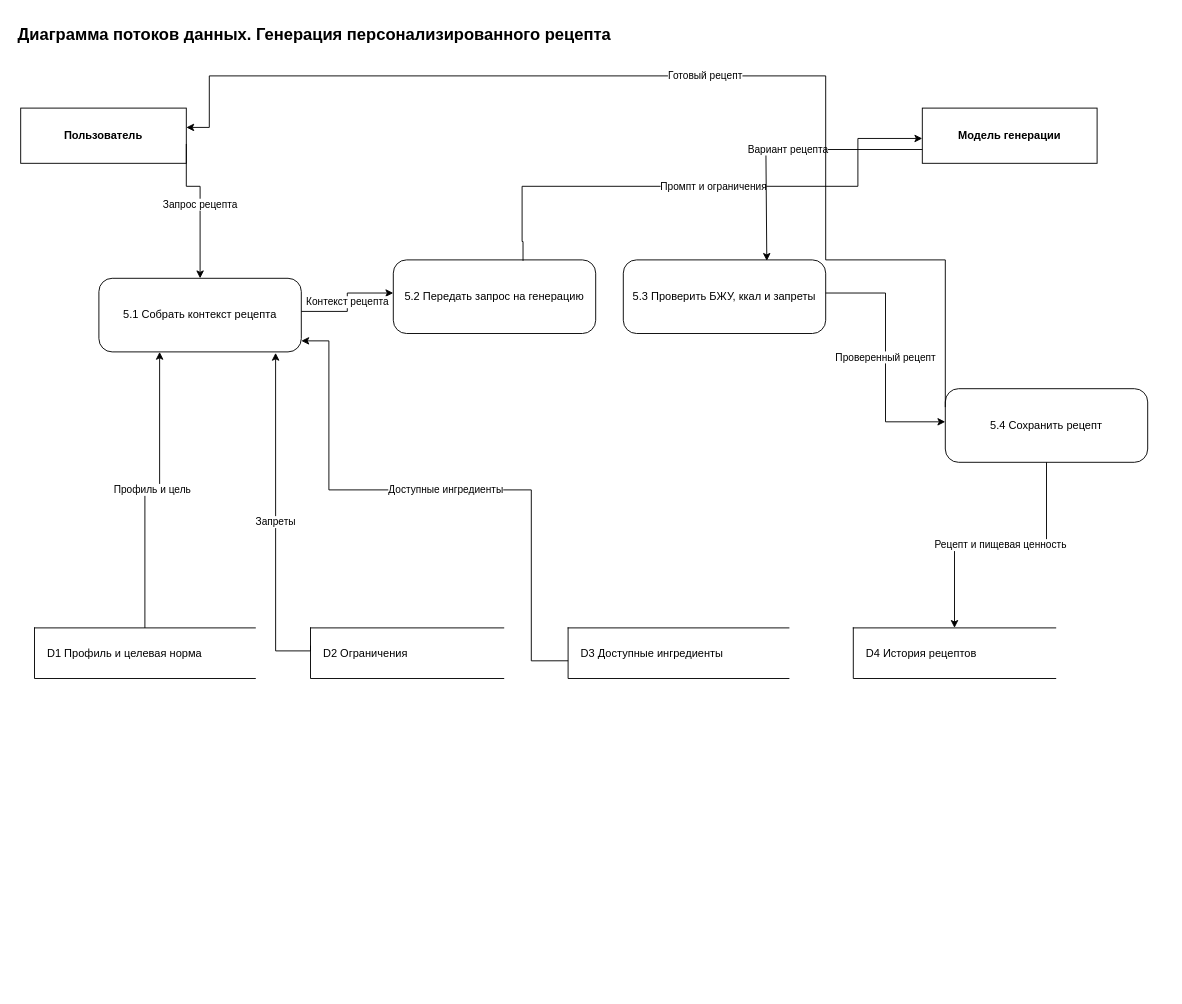
The draw.io diagram Optimization-Methods/laba_2/diagrams/Potoki/05_Генерация_персонализированного_рецепта.drawio in Skipl1/ASOIU, before the edit. Source tidied: cells renumbered, new cells numbered last; positions are measured from the earlier drawing's top-left corner, leaving out a move shared by most shapes. Both pictures are drawn from the tidied source at 92%, with x=0, y=0 at pixel (16, 20).
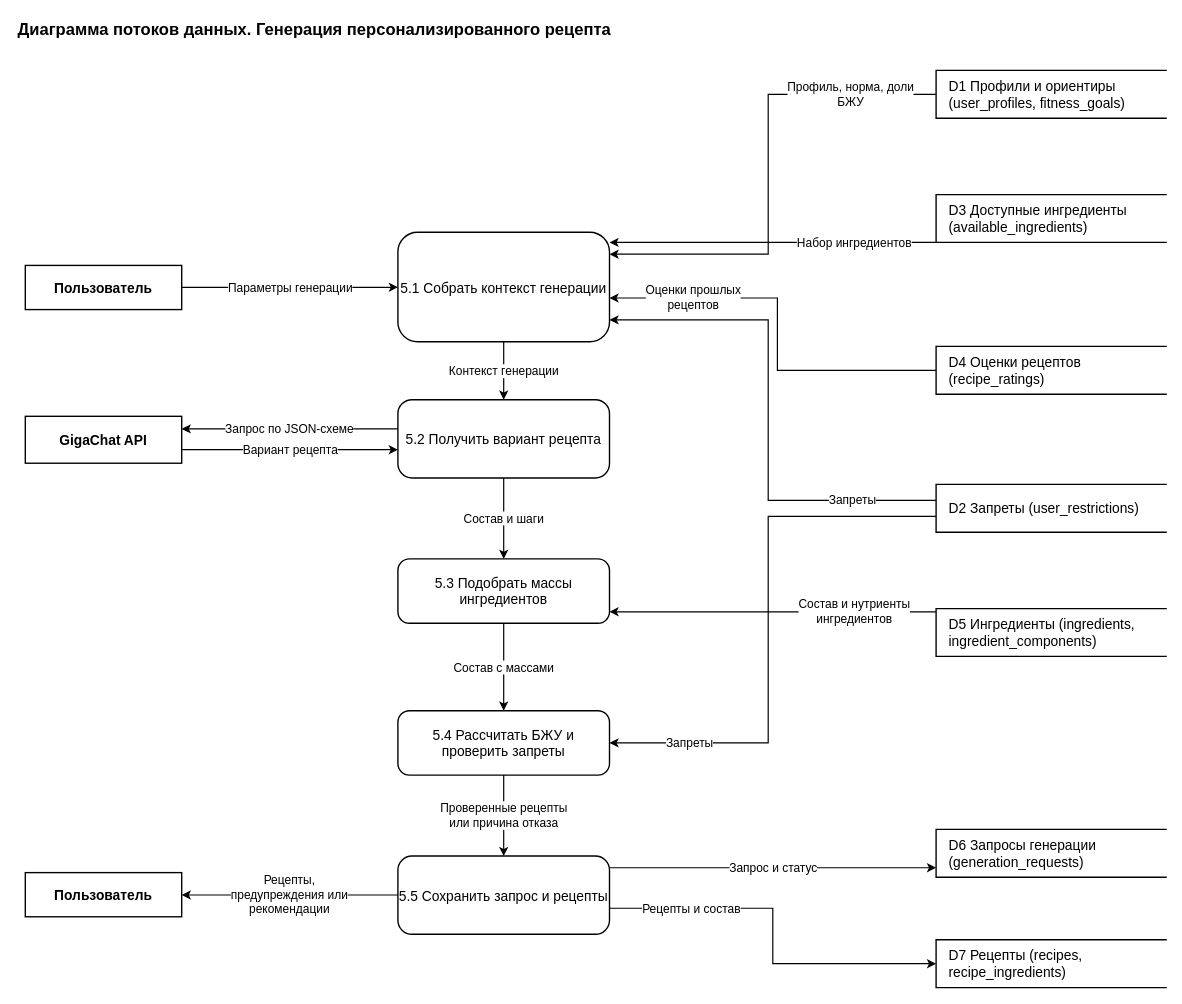
Above is the later version.

Change to the diagram source:
```diff
@@
     <mxCell id="2" value="Диаграмма потоков данных. Генерация персонализированного рецепта" style="text;html=1;strokeColor=none;fillColor=none;align=left;verticalAlign=middle;fontSize=18;fontStyle=1;" parent="1" vertex="1">
-      <mxGeometry width="900" height="30" as="geometry" />
+      <mxGeometry y="-5" width="900" height="30" as="geometry" />
     </mxCell>
-    <mxCell id="3" value="Пользователь" style="rounded=0;whiteSpace=wrap;html=1;fillColor=#ffffff;strokeColor=#000000;fontStyle=1;" parent="1" vertex="1">
-      <mxGeometry x="5" y="95" width="180" height="60" as="geometry" />
+    <mxCell id="3" value="Пользователь" style="rounded=0;whiteSpace=wrap;html=1;fillColor=#ffffff;strokeColor=#000000;fontStyle=1;fontSize=15;strokeWidth=1.5;" parent="1" vertex="1">
+      <mxGeometry x="10" y="266" width="170" height="48" as="geometry" />
     </mxCell>
-    <mxCell id="4" value="Модель генерации" style="rounded=0;whiteSpace=wrap;html=1;fillColor=#ffffff;strokeColor=#000000;fontStyle=1;" parent="1" vertex="1">
-      <mxGeometry x="985" y="95" width="190" height="60" as="geometry" />
-    </mxCell>
+    <mxCell id="23" value="GigaChat API" style="rounded=0;whiteSpace=wrap;html=1;fillColor=#ffffff;strokeColor=#000000;fontStyle=1;fontSize=15;strokeWidth=1.5;" parent="1" vertex="1">
+      <mxGeometry x="10" y="430" width="170" height="51" as="geometry" />
+    </mxCell>
-    <mxCell id="5" value="5.1 Собрать контекст рецепта" style="rounded=1;whiteSpace=wrap;html=1;arcSize=18;fillColor=#ffffff;strokeColor=#000000;" parent="1" vertex="1">
-      <mxGeometry x="90" y="280" width="220" height="80" as="geometry" />
+    <mxCell id="5" value="5.1 Собрать контекст генерации" style="rounded=1;whiteSpace=wrap;html=1;arcSize=18;fillColor=#ffffff;strokeColor=#000000;fontSize=15;strokeWidth=1.5;" parent="1" vertex="1">
+      <mxGeometry x="415" y="230" width="230" height="119" as="geometry" />
     </mxCell>
-    <mxCell id="6" value="5.2 Передать запрос на генерацию" style="rounded=1;whiteSpace=wrap;html=1;arcSize=18;fillColor=#ffffff;strokeColor=#000000;" parent="1" vertex="1">
-      <mxGeometry x="410" y="260" width="220" height="80" as="geometry" />
+    <mxCell id="6" value="5.2 Получить вариант рецепта" style="rounded=1;whiteSpace=wrap;html=1;arcSize=18;fillColor=#ffffff;strokeColor=#000000;fontSize=15;strokeWidth=1.5;" parent="1" vertex="1">
+      <mxGeometry x="415" y="412" width="230" height="85" as="geometry" />
     </mxCell>
-    <mxCell id="7" value="5.3 Проверить БЖУ, ккал и запреты" style="rounded=1;whiteSpace=wrap;html=1;arcSize=18;fillColor=#ffffff;strokeColor=#000000;" parent="1" vertex="1">
-      <mxGeometry x="660" y="260" width="220" height="80" as="geometry" />
+    <mxCell id="7" value="5.3 Подобрать массы ингредиентов" style="rounded=1;whiteSpace=wrap;html=1;arcSize=18;fillColor=#ffffff;strokeColor=#000000;fontSize=15;strokeWidth=1.5;" parent="1" vertex="1">
+      <mxGeometry x="415" y="585" width="230" height="70" as="geometry" />
     </mxCell>
-    <mxCell id="8" value="5.4 Сохранить рецепт" style="rounded=1;whiteSpace=wrap;html=1;arcSize=18;fillColor=#ffffff;strokeColor=#000000;" parent="1" vertex="1">
-      <mxGeometry x="1010" y="400" width="220" height="80" as="geometry" />
+    <mxCell id="8" value="5.4 Рассчитать БЖУ и проверить запреты" style="rounded=1;whiteSpace=wrap;html=1;arcSize=18;fillColor=#ffffff;strokeColor=#000000;fontSize=15;strokeWidth=1.5;" parent="1" vertex="1">
+      <mxGeometry x="415" y="750" width="230" height="70" as="geometry" />
     </mxCell>
+    <mxCell id="24" value="5.5 Сохранить запрос и рецепты" style="rounded=1;whiteSpace=wrap;html=1;arcSize=18;fillColor=#ffffff;strokeColor=#000000;fontSize=15;strokeWidth=1.5;" parent="1" vertex="1">
+      <mxGeometry x="415" y="908" width="230" height="85" as="geometry" />
+    </mxCell>
-    <mxCell id="9" value="D1 Профиль и целевая норма" style="shape=partialRectangle;right=0;whiteSpace=wrap;html=1;fillColor=#ffffff;strokeColor=#000000;align=left;spacingLeft=12;" parent="1" vertex="1">
-      <mxGeometry x="20" y="660" width="240" height="55" as="geometry" />
+    <mxCell id="9" value="D1 Профили и ориентиры (user_profiles, fitness_goals)" style="shape=partialRectangle;right=0;whiteSpace=wrap;html=1;fillColor=#ffffff;strokeColor=#000000;align=left;spacingLeft=12;fontSize=15;strokeWidth=1.5;" parent="1" vertex="1">
+      <mxGeometry x="1000" y="54" width="250" height="52" as="geometry" />
     </mxCell>
-    <mxCell id="10" value="D2 Ограничения" style="shape=partialRectangle;right=0;whiteSpace=wrap;html=1;fillColor=#ffffff;strokeColor=#000000;align=left;spacingLeft=12;" parent="1" vertex="1">
-      <mxGeometry x="320" y="660" width="210" height="55" as="geometry" />
+    <mxCell id="10" value="D2 Запреты (user_restrictions)" style="shape=partialRectangle;right=0;whiteSpace=wrap;html=1;fillColor=#ffffff;strokeColor=#000000;align=left;spacingLeft=12;fontSize=15;strokeWidth=1.5;" parent="1" vertex="1">
+      <mxGeometry x="1000" y="504" width="250" height="52" as="geometry" />
     </mxCell>
-    <mxCell id="11" value="D3 Доступные ингредиенты" style="shape=partialRectangle;right=0;whiteSpace=wrap;html=1;fillColor=#ffffff;strokeColor=#000000;align=left;spacingLeft=12;" parent="1" vertex="1">
-      <mxGeometry x="600" y="660" width="240" height="55" as="geometry" />
+    <mxCell id="11" value="D3 Доступные ингредиенты (available_ingredients)" style="shape=partialRectangle;right=0;whiteSpace=wrap;html=1;fillColor=#ffffff;strokeColor=#000000;align=left;spacingLeft=12;fontSize=15;strokeWidth=1.5;" parent="1" vertex="1">
+      <mxGeometry x="1000" y="189" width="250" height="52" as="geometry" />
     </mxCell>
-    <mxCell id="12" value="D4 История рецептов" style="shape=partialRectangle;right=0;whiteSpace=wrap;html=1;fillColor=#ffffff;strokeColor=#000000;align=left;spacingLeft=12;" parent="1" vertex="1">
-      <mxGeometry x="910" y="660" width="220" height="55" as="geometry" />
+    <mxCell id="12" value="D4 Оценки рецептов (recipe_ratings)" style="shape=partialRectangle;right=0;whiteSpace=wrap;html=1;fillColor=#ffffff;strokeColor=#000000;align=left;spacingLeft=12;fontSize=15;strokeWidth=1.5;" parent="1" vertex="1">
+      <mxGeometry x="1000" y="354" width="250" height="52" as="geometry" />
     </mxCell>
+    <mxCell id="25" value="D5 Ингредиенты (ingredients, ingredient_components)" style="shape=partialRectangle;right=0;whiteSpace=wrap;html=1;fillColor=#ffffff;strokeColor=#000000;align=left;spacingLeft=12;fontSize=15;strokeWidth=1.5;" parent="1" vertex="1">
+      <mxGeometry x="1000" y="639" width="250" height="52" as="geometry" />
+    </mxCell>
+    <mxCell id="26" value="D6 Запросы генерации (generation_requests)" style="shape=partialRectangle;right=0;whiteSpace=wrap;html=1;fillColor=#ffffff;strokeColor=#000000;align=left;spacingLeft=12;fontSize=15;strokeWidth=1.5;" parent="1" vertex="1">
+      <mxGeometry x="1000" y="879" width="250" height="52" as="geometry" />
+    </mxCell>
+    <mxCell id="27" value="D7 Рецепты (recipes, recipe_ingredients)" style="shape=partialRectangle;right=0;whiteSpace=wrap;html=1;fillColor=#ffffff;strokeColor=#000000;align=left;spacingLeft=12;fontSize=15;strokeWidth=1.5;" parent="1" vertex="1">
+      <mxGeometry x="1000" y="999" width="250" height="52" as="geometry" />
+    </mxCell>
+    <mxCell id="28" value="Пользователь" style="rounded=0;whiteSpace=wrap;html=1;fillColor=#ffffff;strokeColor=#000000;fontStyle=1;fontSize=15;strokeWidth=1.5;" parent="1" vertex="1">
+      <mxGeometry x="10" y="926" width="170" height="48" as="geometry" />
+    </mxCell>
-    <mxCell id="13" value="Запрос рецепта" style="endArrow=classic;html=1;rounded=0;edgeStyle=orthogonalEdgeStyle;exitX=1;exitY=0.65;entryX=0.5;entryY=0;" parent="1" edge="1" source="3" target="5">
-      <mxGeometry relative="1" as="geometry">
-        <Array as="points">
-          <mxPoint x="200" y="180" />
-        </Array>
-      </mxGeometry>
+    <mxCell id="13" value="Параметры генерации" style="endArrow=classic;endFill=1;html=1;rounded=0;edgeStyle=none;strokeWidth=1.3;fontSize=13;labelBackgroundColor=#ffffff;exitX=1.0;exitY=0.4958;exitDx=0;exitDy=0;entryX=0.0;entryY=0.5025;entryDx=0;entryDy=0;" parent="1" edge="1" source="3" target="5">
+      <mxGeometry relative="1" as="geometry" />
     </mxCell>
-    <mxCell id="14" value="Профиль и цель" style="endArrow=classic;html=1;rounded=0;edgeStyle=orthogonalEdgeStyle;exitX=0.5;exitY=0;entryX=0.3;entryY=1;" parent="1" edge="1" source="9" target="5">
-      <mxGeometry relative="1" as="geometry" />
+    <mxCell id="14" value="Профиль, норма, доли&lt;br&gt;БЖУ" style="endArrow=classic;endFill=1;html=1;rounded=0;edgeStyle=none;strokeWidth=1.3;fontSize=13;labelBackgroundColor=#ffffff;exitX=0.0;exitY=0.5;exitDx=0;exitDy=0;entryX=1.0;entryY=0.2;entryDx=0;entryDy=0;" parent="1" edge="1" source="9" target="5">
+      <mxGeometry x="-0.65" relative="1" as="geometry">
+        <Array as="points">
+          <mxPoint x="817.5" y="80" />
+          <mxPoint x="817.5" y="253.8" />
+        </Array>
+      </mxGeometry>
     </mxCell>
-    <mxCell id="15" value="Запреты" style="endArrow=classic;html=1;rounded=0;edgeStyle=orthogonalEdgeStyle;exitX=0;exitY=0.35;entryX=0.873;entryY=1.013;entryDx=0;entryDy=0;entryPerimeter=0;" parent="1" edge="1" source="10" target="5">
-      <mxGeometry relative="1" as="geometry">
+    <mxCell id="15" value="Запреты" style="endArrow=classic;endFill=1;html=1;rounded=0;edgeStyle=none;strokeWidth=1.3;fontSize=13;labelBackgroundColor=#ffffff;exitX=0.0;exitY=0.3327;exitDx=0;exitDy=0;entryX=1.0;entryY=0.8;entryDx=0;entryDy=0;" parent="1" edge="1" source="10" target="5">
+      <mxGeometry x="-0.67" relative="1" as="geometry">
         <Array as="points">
-          <mxPoint x="320" y="685" />
-          <mxPoint x="282" y="685" />
+          <mxPoint x="817.5" y="521.3" />
+          <mxPoint x="817.5" y="325.2" />
         </Array>
       </mxGeometry>
     </mxCell>
-    <mxCell id="16" value="Доступные ингредиенты" style="endArrow=classic;html=1;rounded=0;edgeStyle=orthogonalEdgeStyle;exitX=0;exitY=0.65;entryX=1;entryY=0.85;" parent="1" edge="1" source="11" target="5">
-      <mxGeometry relative="1" as="geometry">
-        <Array as="points">
-          <mxPoint x="560" y="696" />
-          <mxPoint x="560" y="510" />
-          <mxPoint x="340" y="510" />
-          <mxPoint x="340" y="348" />
-        </Array>
-      </mxGeometry>
+    <mxCell id="16" value="Набор ингредиентов" style="endArrow=classic;endFill=1;html=1;rounded=0;edgeStyle=none;strokeWidth=1.3;fontSize=13;labelBackgroundColor=#ffffff;exitX=0.0;exitY=1.0;exitDx=0;exitDy=0;entryX=1.0;entryY=0.0924;entryDx=0;entryDy=0;" parent="1" edge="1" source="11" target="5">
+      <mxGeometry x="-0.5" relative="1" as="geometry" />
     </mxCell>
+    <mxCell id="29" value="Оценки прошлых&lt;br&gt;рецептов" style="endArrow=classic;endFill=1;html=1;rounded=0;edgeStyle=none;strokeWidth=1.3;fontSize=13;labelBackgroundColor=#ffffff;exitX=0.0;exitY=0.5;exitDx=0;exitDy=0;entryX=1.0;entryY=0.6;entryDx=0;entryDy=0;" parent="1" edge="1" source="12" target="5">
+      <mxGeometry x="0.58" relative="1" as="geometry">
+        <Array as="points">
+          <mxPoint x="827.5" y="380" />
+          <mxPoint x="827.5" y="301.4" />
+        </Array>
+      </mxGeometry>
+    </mxCell>
-    <mxCell id="17" value="Контекст рецепта" style="endArrow=classic;html=1;rounded=0;edgeStyle=orthogonalEdgeStyle;exitX=1;exitY=0.45;entryX=0;entryY=0.45;" parent="1" edge="1" source="5" target="6">
+    <mxCell id="17" value="Контекст генерации" style="endArrow=classic;endFill=1;html=1;rounded=0;edgeStyle=none;strokeWidth=1.3;fontSize=13;labelBackgroundColor=#ffffff;exitX=0.5;exitY=1.0;exitDx=0;exitDy=0;entryX=0.5;entryY=0.0;entryDx=0;entryDy=0;" parent="1" edge="1" source="5" target="6">
       <mxGeometry relative="1" as="geometry" />
     </mxCell>
-    <mxCell id="18" value="Промпт и ограничения" style="endArrow=classic;html=1;rounded=0;edgeStyle=orthogonalEdgeStyle;exitX=0.641;exitY=0.013;entryX=0;entryY=0.55;exitDx=0;exitDy=0;exitPerimeter=0;" parent="1" edge="1" source="6" target="4">
-      <mxGeometry x="0.02" relative="1" as="geometry">
-        <Array as="points">
-          <mxPoint x="551" y="240" />
-          <mxPoint x="550" y="240" />
-          <mxPoint x="550" y="180" />
-          <mxPoint x="915" y="180" />
-          <mxPoint x="915" y="128" />
-        </Array>
-      </mxGeometry>
-    </mxCell>
+    <mxCell id="30" value="Запрос по JSON-схеме" style="endArrow=classic;endFill=1;html=1;rounded=0;edgeStyle=none;strokeWidth=1.3;fontSize=13;labelBackgroundColor=#ffffff;exitX=0.0;exitY=0.3729;exitDx=0;exitDy=0;entryX=1.0;entryY=0.2686;entryDx=0;entryDy=0;" parent="1" edge="1" source="6" target="23">
+      <mxGeometry relative="1" as="geometry" />
+    </mxCell>
-    <mxCell id="19" value="Вариант рецепта" style="endArrow=classic;html=1;rounded=0;edgeStyle=orthogonalEdgeStyle;exitX=0;exitY=0.75;entryX=0.709;entryY=0.013;entryDx=0;entryDy=0;entryPerimeter=0;" parent="1" edge="1" source="4" target="7">
-      <mxGeometry relative="1" as="geometry">
-        <Array as="points">
-          <mxPoint x="815" y="140" />
-        </Array>
-      </mxGeometry>
+    <mxCell id="19" value="Вариант рецепта" style="endArrow=classic;endFill=1;html=1;rounded=0;edgeStyle=none;strokeWidth=1.3;fontSize=13;labelBackgroundColor=#ffffff;exitX=1.0;exitY=0.7118;exitDx=0;exitDy=0;entryX=0.0;entryY=0.6388;entryDx=0;entryDy=0;" parent="1" edge="1" source="23" target="6">
+      <mxGeometry relative="1" as="geometry" />
     </mxCell>
+    <mxCell id="31" value="Состав и шаги" style="endArrow=classic;endFill=1;html=1;rounded=0;edgeStyle=none;strokeWidth=1.3;fontSize=13;labelBackgroundColor=#ffffff;exitX=0.5;exitY=1.0;exitDx=0;exitDy=0;entryX=0.5;entryY=0.0;entryDx=0;entryDy=0;" parent="1" edge="1" source="6" target="7">
+      <mxGeometry relative="1" as="geometry" />
+    </mxCell>
+    <mxCell id="32" value="Состав и нутриенты&lt;br&gt;ингредиентов" style="endArrow=classic;endFill=1;html=1;rounded=0;edgeStyle=none;strokeWidth=1.3;fontSize=13;labelBackgroundColor=#ffffff;exitX=0.0;exitY=0.0673;exitDx=0;exitDy=0;entryX=1.0;entryY=0.8214;entryDx=0;entryDy=0;" parent="1" edge="1" source="25" target="7">
+      <mxGeometry x="-0.5" relative="1" as="geometry" />
+    </mxCell>
-    <mxCell id="20" value="Проверенный рецепт" style="endArrow=classic;html=1;rounded=0;edgeStyle=orthogonalEdgeStyle;exitX=1;exitY=0.45;entryX=0;entryY=0.45;" parent="1" edge="1" source="7" target="8">
+    <mxCell id="20" value="Состав с массами" style="endArrow=classic;endFill=1;html=1;rounded=0;edgeStyle=none;strokeWidth=1.3;fontSize=13;labelBackgroundColor=#ffffff;exitX=0.5;exitY=1.0;exitDx=0;exitDy=0;entryX=0.5;entryY=0.0;entryDx=0;entryDy=0;" parent="1" edge="1" source="7" target="8">
       <mxGeometry relative="1" as="geometry" />
     </mxCell>
-    <mxCell id="21" value="Рецепт и пищевая ценность" style="endArrow=classic;html=1;rounded=0;edgeStyle=orthogonalEdgeStyle;exitX=0.5;exitY=1;entryX=0.5;entryY=0;" parent="1" edge="1" source="8" target="12">
-      <mxGeometry relative="1" as="geometry" />
-    </mxCell>
-    <mxCell id="22" value="Готовый рецепт" style="endArrow=classic;html=1;rounded=0;edgeStyle=orthogonalEdgeStyle;exitX=0;exitY=0.25;entryX=1;entryY=0.35;" parent="1" edge="1" source="8" target="3">
-      <mxGeometry relative="1" as="geometry">
-        <Array as="points">
-          <mxPoint x="880" y="260" />
-          <mxPoint x="880" y="60" />
-          <mxPoint x="210" y="60" />
-          <mxPoint x="210" y="116" />
-        </Array>
-      </mxGeometry>
-    </mxCell>
+    <mxCell id="33" value="Запреты" style="endArrow=classic;endFill=1;html=1;rounded=0;edgeStyle=none;strokeWidth=1.3;fontSize=13;labelBackgroundColor=#ffffff;exitX=0.0;exitY=0.6673;exitDx=0;exitDy=0;entryX=1.0;entryY=0.5;entryDx=0;entryDy=0;" parent="1" edge="1" source="10" target="8">
+      <mxGeometry x="0.71" relative="1" as="geometry">
+        <Array as="points">
+          <mxPoint x="817.5" y="538.7" />
+          <mxPoint x="817.5" y="785" />
+        </Array>
+      </mxGeometry>
+    </mxCell>
+    <mxCell id="34" value="Проверенные рецепты&lt;br&gt;или причина отказа" style="endArrow=classic;endFill=1;html=1;rounded=0;edgeStyle=none;strokeWidth=1.3;fontSize=13;labelBackgroundColor=#ffffff;exitX=0.5;exitY=1.0;exitDx=0;exitDy=0;entryX=0.5;entryY=0.0;entryDx=0;entryDy=0;" parent="1" edge="1" source="8" target="24">
+      <mxGeometry relative="1" as="geometry" />
+    </mxCell>
+    <mxCell id="35" value="Запрос и статус" style="endArrow=classic;endFill=1;html=1;rounded=0;edgeStyle=none;strokeWidth=1.3;fontSize=13;labelBackgroundColor=#ffffff;exitX=1.0;exitY=0.1494;exitDx=0;exitDy=0;entryX=0.0;entryY=0.8019;entryDx=0;entryDy=0;" parent="1" edge="1" source="24" target="26">
+      <mxGeometry relative="1" as="geometry" />
+    </mxCell>
+    <mxCell id="36" value="Рецепты и состав" style="endArrow=classic;endFill=1;html=1;rounded=0;edgeStyle=none;strokeWidth=1.3;fontSize=13;labelBackgroundColor=#ffffff;exitX=1.0;exitY=0.6671;exitDx=0;exitDy=0;entryX=0.0;entryY=0.5;entryDx=0;entryDy=0;" parent="1" edge="1" source="24" target="27">
+      <mxGeometry x="-0.57" relative="1" as="geometry">
+        <Array as="points">
+          <mxPoint x="822.5" y="964.7" />
+          <mxPoint x="822.5" y="1025" />
+        </Array>
+      </mxGeometry>
+    </mxCell>
+    <mxCell id="37" value="Рецепты,&lt;br&gt;предупреждения или&lt;br&gt;рекомендации" style="endArrow=classic;endFill=1;html=1;rounded=0;edgeStyle=none;strokeWidth=1.3;fontSize=13;labelBackgroundColor=#ffffff;exitX=0.0;exitY=0.4976;exitDx=0;exitDy=0;entryX=1.0;entryY=0.5062;entryDx=0;entryDy=0;" parent="1" edge="1" source="24" target="28">
+      <mxGeometry relative="1" as="geometry" />
+    </mxCell>
```
